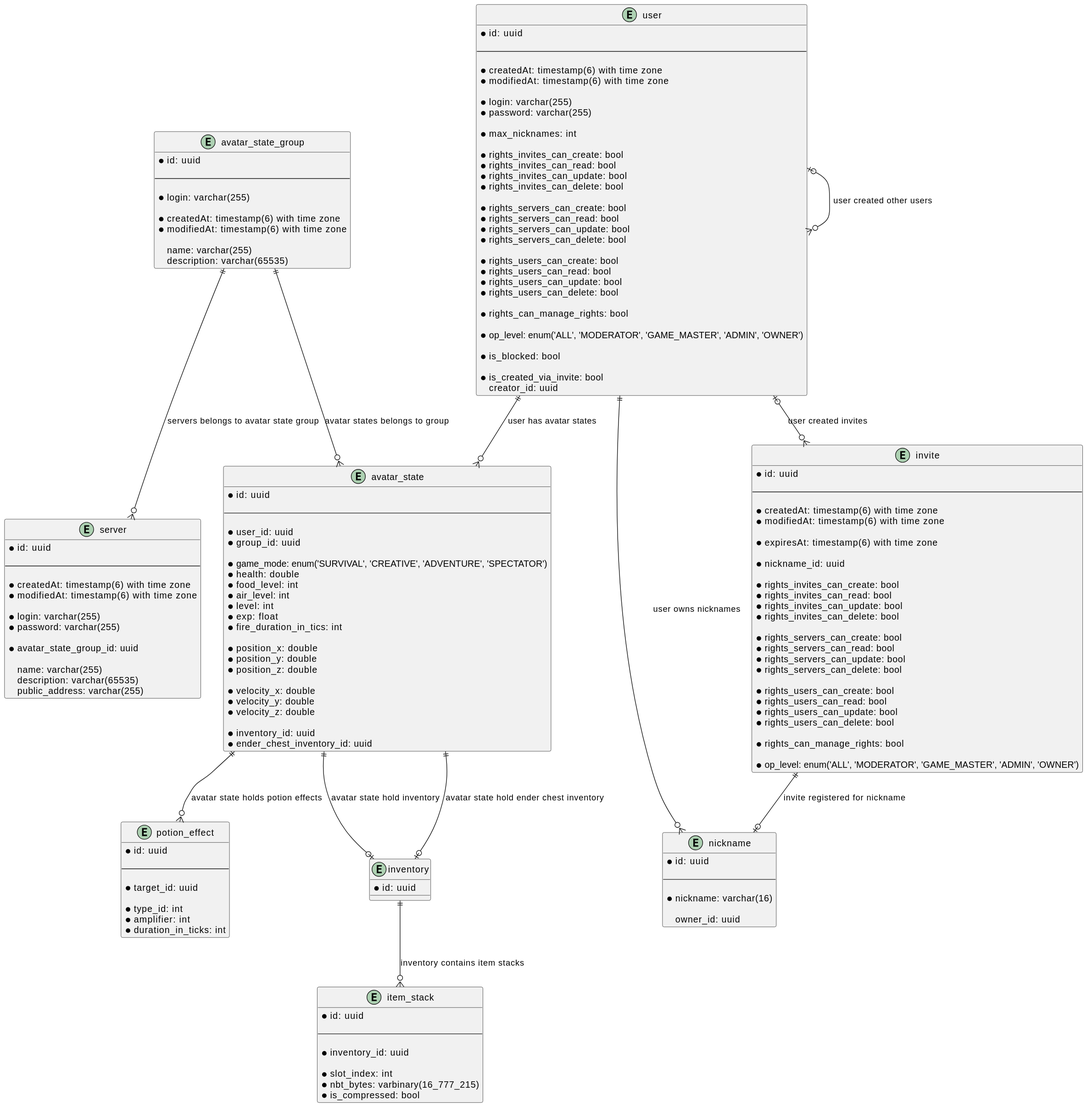
Earlier version of the PlantUML export server/docs/db.svg (Maksim2498/poms).
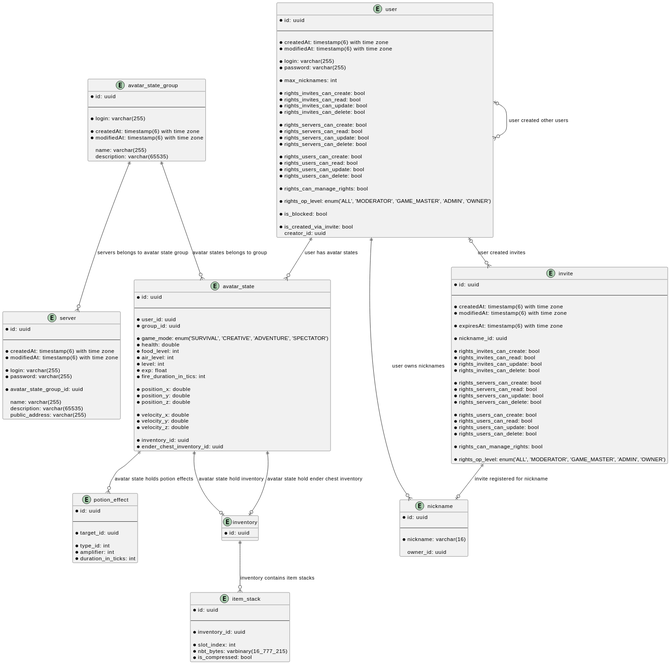
The same diagram one commit later.

The edit, as a diff of the source:
```diff
@@ -74,7 +74,7 @@
 
     * rights_can_manage_rights: bool
 
-    * op_level: enum('ALL', 'MODERATOR', 'GAME_MASTER', 'ADMIN', 'OWNER')
+    * rights_op_level: enum('ALL', 'MODERATOR', 'GAME_MASTER', 'ADMIN', 'OWNER')
 }
 
 entity item_stack {
@@ -159,7 +159,7 @@
 
     * rights_can_manage_rights: bool
 
-    * op_level: enum('ALL', 'MODERATOR', 'GAME_MASTER', 'ADMIN', 'OWNER')
+    * rights_op_level: enum('ALL', 'MODERATOR', 'GAME_MASTER', 'ADMIN', 'OWNER')
 
     * is_blocked: bool
 
```
